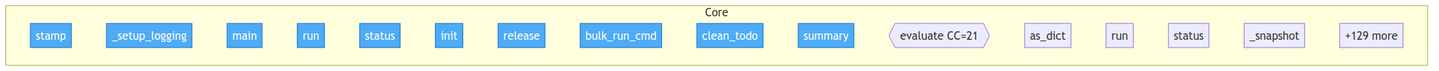
This is project/flow.png from semcod/taskill, a Mermaid export, as it was before one commit. Its source is kept beside it as project/flow.mmd.
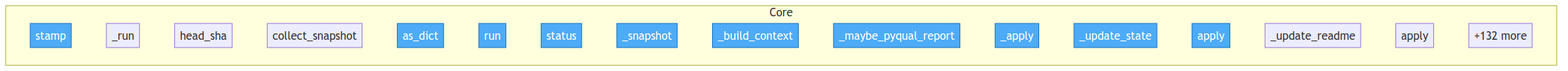
The same diagram one commit later.

The edit, as a diff of the source:
```diff
@@ -4,21 +4,21 @@
 
     subgraph Core
         src__taskill__state__TaskillState__stamp["stamp"]
-        src__taskill__cli___setup_logging["_setup_logging"]
-        src__taskill__cli__main["main"]
-        src__taskill__cli__run["run"]
-        src__taskill__cli__status["status"]
-        src__taskill__cli__init["init"]
-        src__taskill__cli__release["release"]
-        src__taskill__cli__bulk_run_cmd["bulk_run_cmd"]
-        src__taskill__cli__clean_todo["clean_todo"]
-        src__taskill__triggers__TriggerEvaluation__summary["summary"]
-        src__taskill__triggers__evaluate{{evaluate CC=21}}
+        src__taskill__git_state___run["_run"]
+        src__taskill__git_state__head_sha["head_sha"]
+        src__taskill__git_state__collect_snapshot["collect_snapshot"]
         src__taskill__core__TaskillResult__as_dict["as_dict"]
         src__taskill__core__Taskill__run["run"]
         src__taskill__core__Taskill__status["status"]
         src__taskill__core__Taskill___snapshot["_snapshot"]
-        ...["+129 more"]
+        src__taskill__core__Taskill___build_context["_build_context"]
+        src__taskill__core__Taskill___maybe_pyqual_report["_maybe_pyqual_report"]
+        src__taskill__core__Taskill___apply["_apply"]
+        src__taskill__core__Taskill___update_state["_update_state"]
+        src__taskill__updaters__readme__ReadmeUpdater__apply["apply"]
+        src__taskill__updaters__readme__ReadmeUpdater___update_readme["_update_readme"]
+        src__taskill__updaters__base__DocumentUpdater__apply["apply"]
+        ...["+132 more"]
     end
 
-    class src__taskill__state__TaskillState__stamp,src__taskill__cli___setup_logging,src__taskill__cli__main,src__taskill__cli__run,src__taskill__cli__status,src__taskill__cli__init,src__taskill__cli__release,src__taskill__cli__bulk_run_cmd,src__taskill__cli__clean_todo,src__taskill__triggers__TriggerEvaluation__summary entry
+    class src__taskill__state__TaskillState__stamp,src__taskill__core__TaskillResult__as_dict,src__taskill__core__Taskill__run,src__taskill__core__Taskill__status,src__taskill__core__Taskill___snapshot,src__taskill__core__Taskill___build_context,src__taskill__core__Taskill___maybe_pyqual_report,src__taskill__core__Taskill___apply,src__taskill__core__Taskill___update_state,src__taskill__updaters__readme__ReadmeUpdater__apply entry
```
